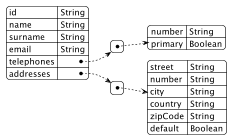
Earlier version of the PlantUML export doc/data-definition-customer-ms.png (scalvetr/costomer-single-view). The source it was exported from:
```plantuml
@startyaml
<style>
yamlDiagram {
  BackGroundColor white
  LineThickness 1
  LineColor black
}
</style>

id: String
name: String
surname: String
email: String
telephones:
    - number: String
      primary: Boolean
addresses:
    - street: String
      number: String
      city: String
      country: String
      zipCode: String
      default: Boolean

@endyaml
```
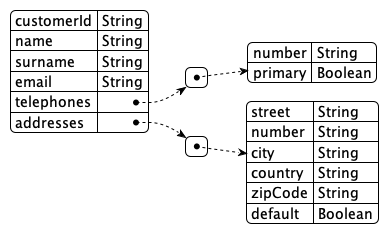
After the commit.

Commit message:
data definition

Change to the diagram source:
```diff
@@ -7,7 +7,7 @@
 }
 </style>
 
-id: String
+customerId: String
 name: String
 surname: String
 email: String
```
